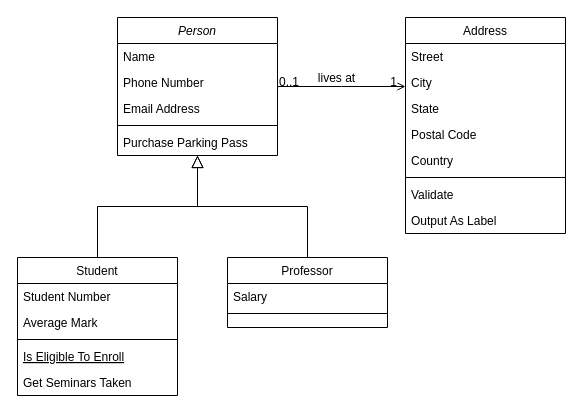
Before: Untitled Diagram.drawio in pond-nj/UML-csci3100, a draw.io diagram. Source tidied: cells renumbered, new cells numbered last; positions are measured from the earlier drawing's top-left corner, leaving out a move shared by most shapes. Both pictures are drawn from the tidied source at 100%, with x=0, y=0 at pixel (17, 17).
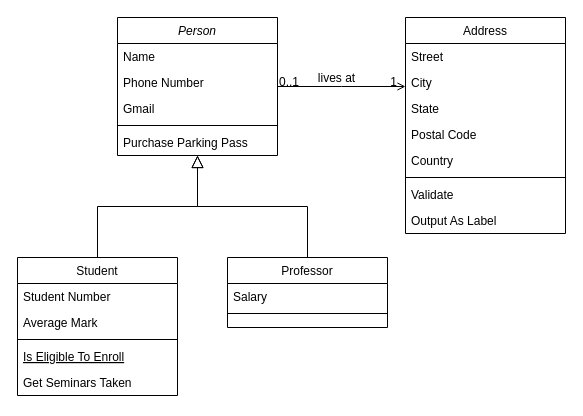
Above is the later version.

The change refers to these unchanged cells:
```xml
<mxCell id="2" value="Person" style="swimlane;fontStyle=2;align=center;verticalAlign=top;horizontal=1;startSize=26;rounded=0;shadow=0;strokeWidth=1;" parent="1" vertex="1">
  <mxGeometry x="100" width="160" height="138" as="geometry" />
</mxCell>
```

Diff of the diagram source:
```diff
@@
-    <mxCell id="5" value="Email Address" style="text;align=left;verticalAlign=top;spacingLeft=4;spacingRight=4;overflow=hidden;rounded=0;shadow=0;html=0;" parent="2" vertex="1">
+    <mxCell id="5" value="Gmail" style="text;align=left;verticalAlign=top;spacingLeft=4;spacingRight=4;overflow=hidden;rounded=0;shadow=0;html=0;" parent="2" vertex="1">
       <mxGeometry y="78" width="160" height="26" as="geometry" />
     </mxCell>
```
